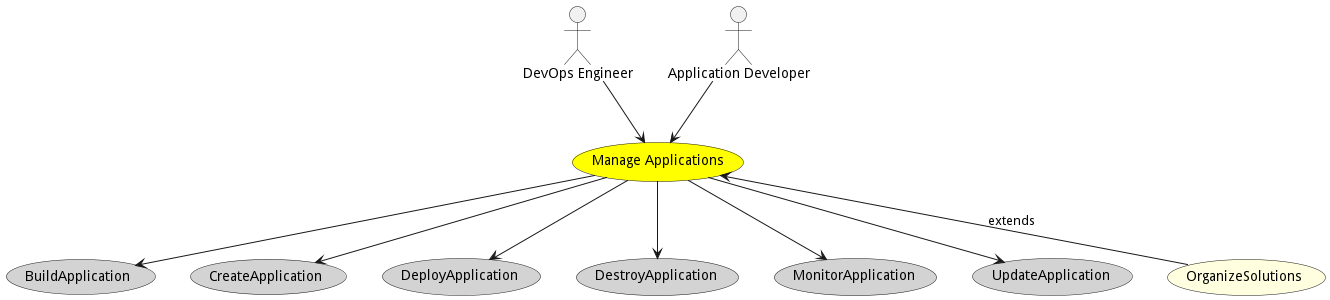
Above: docs/edgemere/aml/usecases/manageapplications/Activities.png in madajaju/edgemere (PlantUML), before the change.
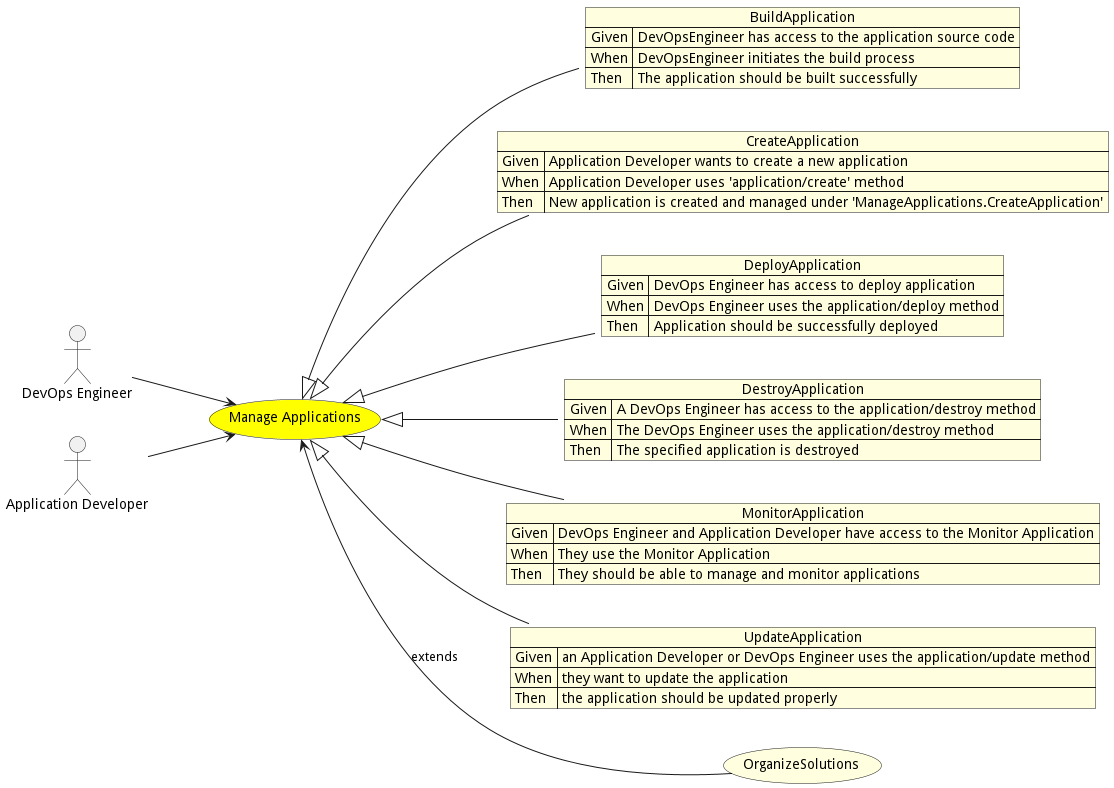
After the change.

The edit, as a diff of the source:
```diff
@@ -1,5 +1,7 @@
 @startuml
 
+
+left to right direction
 
 usecase "Manage Applications" as ManageApplications #yellow
 
@@ -13,29 +15,53 @@
 
 
 
-usecase "BuildApplication" as BuildApplication #lightgrey
+json BuildApplication #lightyellow {
+    "Given": "DevOpsEngineer has access to the application source code",
+    "When": "DevOpsEngineer initiates the build process",
+    "Then": "The application should be built successfully"
+}
 
-ManageApplications --> BuildApplication
+ManageApplications <|-- BuildApplication
 
-usecase "CreateApplication" as CreateApplication #lightgrey
+json CreateApplication #lightyellow {
+    "Given": "Application Developer wants to create a new application",
+    "When": "Application Developer uses &#39;application/create&#39; method",
+    "Then": "New application is created and managed under &#39;ManageApplications.CreateApplication&#39;"
+}
 
-ManageApplications --> CreateApplication
+ManageApplications <|-- CreateApplication
 
-usecase "DeployApplication" as DeployApplication #lightgrey
+json DeployApplication #lightyellow {
+    "Given": "DevOps Engineer has access to deploy application",
+    "When": "DevOps Engineer uses the application/deploy method",
+    "Then": "Application should be successfully deployed"
+}
 
-ManageApplications --> DeployApplication
+ManageApplications <|-- DeployApplication
 
-usecase "DestroyApplication" as DestroyApplication #lightgrey
+json DestroyApplication #lightyellow {
+    "Given": "A DevOps Engineer has access to the application/destroy method",
+    "When": "The DevOps Engineer uses the application/destroy method",
+    "Then": "The specified application is destroyed"
+}
 
-ManageApplications --> DestroyApplication
+ManageApplications <|-- DestroyApplication
 
-usecase "MonitorApplication" as MonitorApplication #lightgrey
+json MonitorApplication #lightyellow {
+    "Given": "DevOps Engineer and Application Developer have access to the Monitor Application",
+    "When": "They use the Monitor Application",
+    "Then": "They should be able to manage and monitor applications"
+}
 
-ManageApplications --> MonitorApplication
+ManageApplications <|-- MonitorApplication
 
-usecase "UpdateApplication" as UpdateApplication #lightgrey
+json UpdateApplication #lightyellow {
+    "Given": "an Application Developer or DevOps Engineer uses the application/update method",
+    "When": "they want to update the application",
+    "Then": "the application should be updated properly"
+}
 
-ManageApplications --> UpdateApplication
+ManageApplications <|-- UpdateApplication
 
 
 
```
